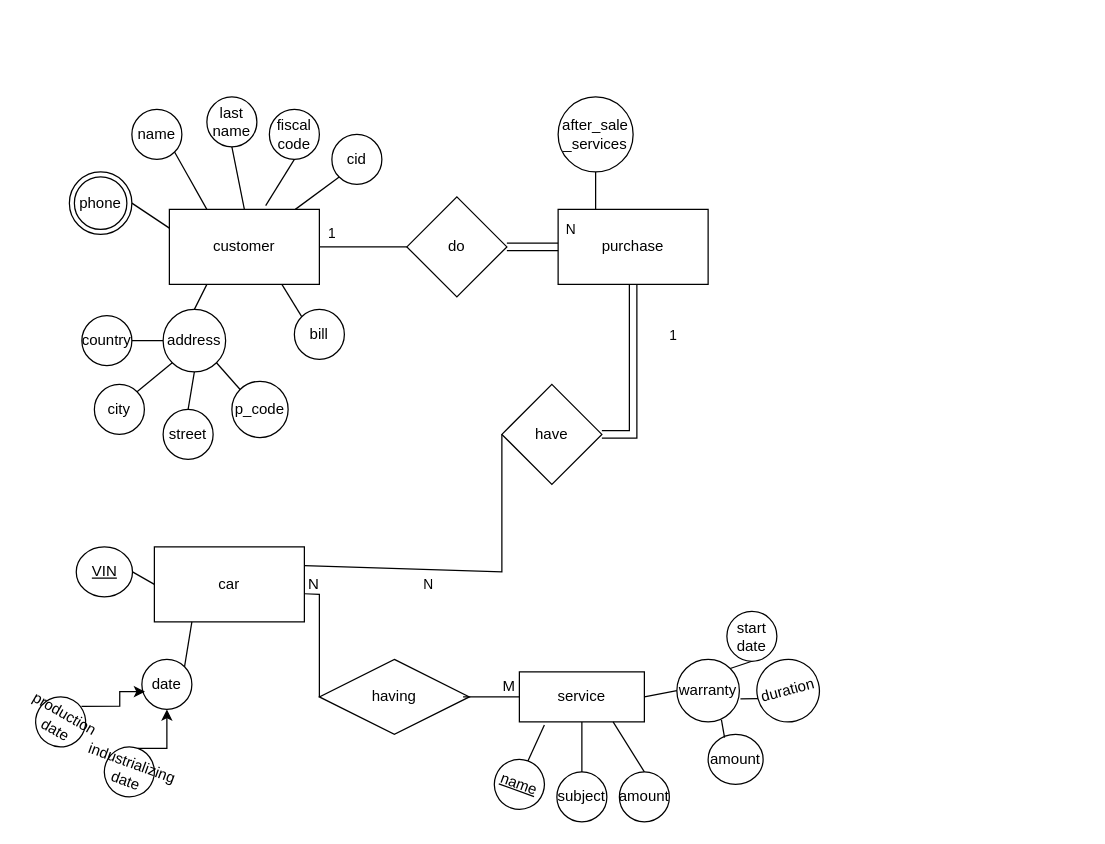
Earlier version of the draw.io diagram car_manufactoring_conceptual.drawio (mohsenshahii/database). Source tidied: cells renumbered, new cells numbered last; positions are measured from the earlier drawing's top-left corner, leaving out a move shared by most shapes. Both pictures are drawn from the tidied source at 125%, with x=0, y=0 at pixel (35, 96).
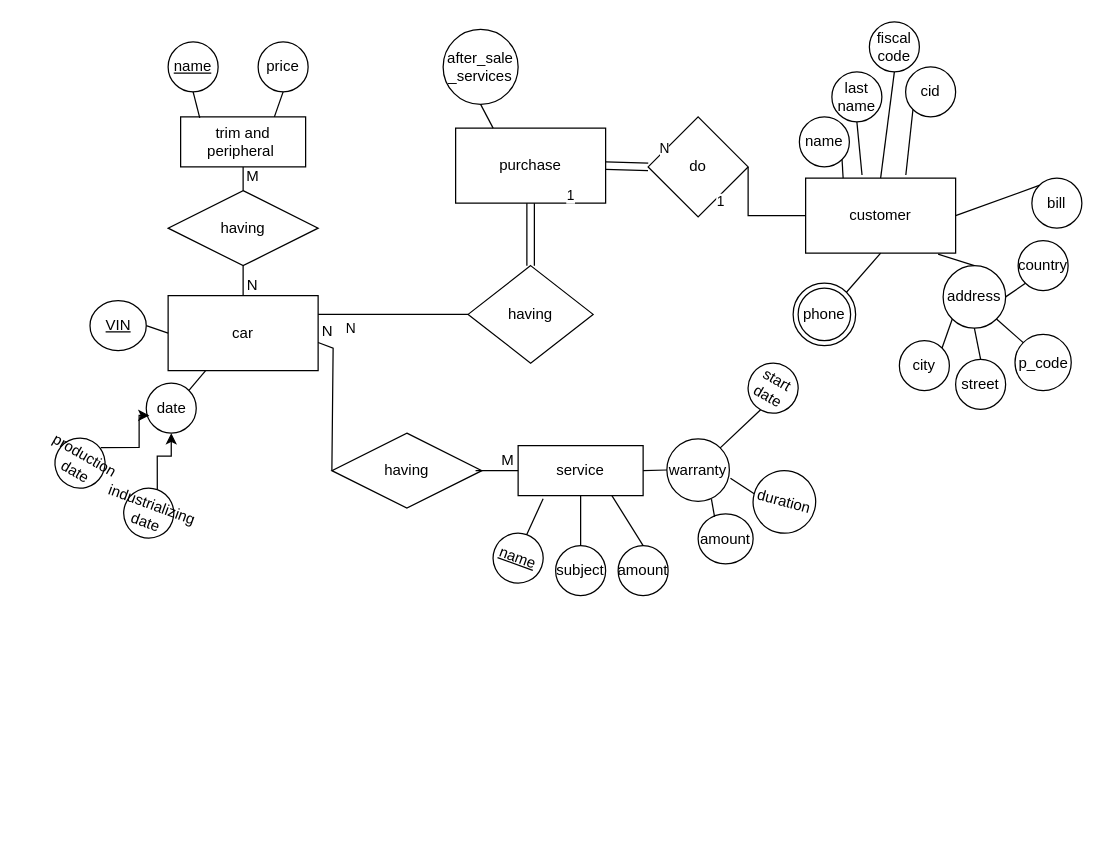
The same diagram, later.

Diff of the diagram source:
```diff
@@
     <mxCell id="2" value="customer" style="rounded=0.5;whiteSpace=wrap;html=1;" parent="1" vertex="1">
-      <mxGeometry x="107" y="90" width="120" height="60" as="geometry" />
+      <mxGeometry x="616" y="65" width="120" height="60" as="geometry" />
     </mxCell>
     <mxCell id="3" value="name" style="ellipse;whiteSpace=wrap;html=1;" parent="1" vertex="1">
-      <mxGeometry x="77" y="10" width="40" height="40" as="geometry" />
+      <mxGeometry x="611" y="16" width="40" height="40" as="geometry" />
     </mxCell>
     <mxCell id="4" value="last name" style="ellipse;whiteSpace=wrap;html=1;" parent="1" vertex="1">
-      <mxGeometry x="137" width="40" height="40" as="geometry" />
+      <mxGeometry x="637" y="-20" width="40" height="40" as="geometry" />
     </mxCell>
     <mxCell id="5" value="fiscal code" style="ellipse;whiteSpace=wrap;html=1;" parent="1" vertex="1">
-      <mxGeometry x="187" y="10" width="40" height="40" as="geometry" />
+      <mxGeometry x="667" y="-60" width="40" height="40" as="geometry" />
     </mxCell>
     <mxCell id="6" value="cid" style="ellipse;whiteSpace=wrap;html=1;" parent="1" vertex="1">
-      <mxGeometry x="237" y="30" width="40" height="40" as="geometry" />
+      <mxGeometry x="696" y="-24" width="40" height="40" as="geometry" />
     </mxCell>
     <mxCell id="7" value="phone" style="ellipse;shape=doubleEllipse;whiteSpace=wrap;html=1;" parent="1" vertex="1">
-      <mxGeometry x="27" y="60" width="50" height="50" as="geometry" />
+      <mxGeometry x="606" y="149" width="50" height="50" as="geometry" />
     </mxCell>
     <mxCell id="8" value="address" style="ellipse;whiteSpace=wrap;html=1;" parent="1" vertex="1">
-      <mxGeometry x="102" y="170" width="50" height="50" as="geometry" />
+      <mxGeometry x="726" y="135" width="50" height="50" as="geometry" />
     </mxCell>
     <mxCell id="9" value="city" style="ellipse;whiteSpace=wrap;html=1;" parent="1" vertex="1">
-      <mxGeometry x="47" y="230" width="40" height="40" as="geometry" />
+      <mxGeometry x="691" y="195" width="40" height="40" as="geometry" />
     </mxCell>
     <mxCell id="10" value="street" style="ellipse;whiteSpace=wrap;html=1;" parent="1" vertex="1">
-      <mxGeometry x="102" y="250" width="40" height="40" as="geometry" />
+      <mxGeometry x="736" y="210" width="40" height="40" as="geometry" />
     </mxCell>
     <mxCell id="11" value="country" style="ellipse;whiteSpace=wrap;html=1;" parent="1" vertex="1">
-      <mxGeometry x="37" y="175" width="40" height="40" as="geometry" />
+      <mxGeometry x="786" y="115" width="40" height="40" as="geometry" />
     </mxCell>
     <mxCell id="12" value="p_code" style="ellipse;whiteSpace=wrap;html=1;" parent="1" vertex="1">
-      <mxGeometry x="157" y="227.5" width="45" height="45" as="geometry" />
+      <mxGeometry x="783.5" y="190" width="45" height="45" as="geometry" />
     </mxCell>
     <mxCell id="13" value="bill" style="ellipse;whiteSpace=wrap;html=1;" parent="1" vertex="1">
-      <mxGeometry x="207" y="170" width="40" height="40" as="geometry" />
+      <mxGeometry x="797" y="65" width="40" height="40" as="geometry" />
     </mxCell>
-    <mxCell id="14" style="endArrow=none;html=1;rounded=0;entryX=0;entryY=1;entryDx=0;entryDy=0;" parent="1" edge="1" source="2" target="6">
+    <mxCell id="14" style="endArrow=none;html=1;rounded=0;entryX=0;entryY=1;entryDx=0;entryDy=0;exitX=0.668;exitY=-0.042;exitDx=0;exitDy=0;exitPerimeter=0;" parent="1" edge="1" source="2" target="6">
       <mxGeometry relative="1" as="geometry" />
     </mxCell>
-    <mxCell id="15" style="endArrow=none;html=1;rounded=0;entryX=0.5;entryY=1;entryDx=0;entryDy=0;exitX=0.642;exitY=-0.05;exitDx=0;exitDy=0;exitPerimeter=0;" parent="1" edge="1" source="2" target="5">
+    <mxCell id="15" style="endArrow=none;html=1;rounded=0;entryX=0.5;entryY=1;entryDx=0;entryDy=0;exitX=0.5;exitY=0;exitDx=0;exitDy=0;" parent="1" edge="1" source="2" target="5">
       <mxGeometry relative="1" as="geometry" />
     </mxCell>
-    <mxCell id="16" style="endArrow=none;html=1;rounded=0;entryX=0.5;entryY=1;entryDx=0;entryDy=0;exitX=0.5;exitY=0;exitDx=0;exitDy=0;" parent="1" edge="1" source="2" target="4">
+    <mxCell id="16" style="endArrow=none;html=1;rounded=0;entryX=0.5;entryY=1;entryDx=0;entryDy=0;exitX=0.376;exitY=-0.042;exitDx=0;exitDy=0;exitPerimeter=0;" parent="1" edge="1" source="2" target="4">
       <mxGeometry relative="1" as="geometry" />
     </mxCell>
@@
-    <mxCell id="18" style="endArrow=none;html=1;rounded=0;entryX=1;entryY=0.5;entryDx=0;entryDy=0;exitX=0;exitY=0.25;exitDx=0;exitDy=0;" parent="1" edge="1" source="2" target="7">
+    <mxCell id="18" style="endArrow=none;html=1;rounded=0;entryX=1;entryY=0;entryDx=0;entryDy=0;exitX=0.5;exitY=1;exitDx=0;exitDy=0;" parent="1" edge="1" source="2" target="7">
       <mxGeometry relative="1" as="geometry" />
     </mxCell>
-    <mxCell id="19" style="endArrow=none;html=1;rounded=0;entryX=0.75;entryY=1;entryDx=0;entryDy=0;exitX=0;exitY=0;exitDx=0;exitDy=0;" parent="1" edge="1" source="13" target="2">
+    <mxCell id="19" style="endArrow=none;html=1;rounded=0;entryX=1;entryY=0.5;entryDx=0;entryDy=0;exitX=0;exitY=0;exitDx=0;exitDy=0;" parent="1" edge="1" source="13" target="2">
       <mxGeometry relative="1" as="geometry" />
     </mxCell>
-    <mxCell id="20" style="endArrow=none;html=1;rounded=0;entryX=0.25;entryY=1;entryDx=0;entryDy=0;exitX=0.5;exitY=0;exitDx=0;exitDy=0;" parent="1" edge="1" source="8" target="2">
+    <mxCell id="20" style="endArrow=none;html=1;rounded=0;entryX=0.883;entryY=1.014;entryDx=0;entryDy=0;exitX=0.5;exitY=0;exitDx=0;exitDy=0;entryPerimeter=0;" parent="1" edge="1" source="8" target="2">
       <mxGeometry relative="1" as="geometry" />
     </mxCell>
@@
-    <mxCell id="24" style="endArrow=none;html=1;rounded=0;entryX=0;entryY=0.5;entryDx=0;entryDy=0;exitX=1;exitY=0.5;exitDx=0;exitDy=0;" parent="1" edge="1" source="11" target="8">
+    <mxCell id="24" style="endArrow=none;html=1;rounded=0;exitX=0;exitY=1;exitDx=0;exitDy=0;entryX=1;entryY=0.5;entryDx=0;entryDy=0;" parent="1" edge="1" source="11" target="8">
       <mxGeometry relative="1" as="geometry" />
     </mxCell>
     <mxCell id="25" value="purchase" style="rounded=0;whiteSpace=wrap;html=1;" parent="1" vertex="1">
-      <mxGeometry x="418" y="90" width="120" height="60" as="geometry" />
+      <mxGeometry x="336" y="25" width="120" height="60" as="geometry" />
     </mxCell>
     <mxCell id="26" value="do" style="rhombus;whiteSpace=wrap;html=1;" parent="1" vertex="1">
-      <mxGeometry x="297" y="80" width="80" height="80" as="geometry" />
+      <mxGeometry x="490" y="16" width="80" height="80" as="geometry" />
     </mxCell>
     <mxCell id="27" value="after_sale&lt;br&gt;_services" style="ellipse;whiteSpace=wrap;html=1;" parent="1" vertex="1">
-      <mxGeometry x="418" width="60" height="60" as="geometry" />
+      <mxGeometry x="326" y="-54" width="60" height="60" as="geometry" />
     </mxCell>
@@
-    <mxCell id="29" style="endArrow=classic;html=1;rounded=0;shape=link;width=6;entryX=0;entryY=0.5;entryDx=0;entryDy=0;exitX=1;exitY=0.5;exitDx=0;exitDy=0;" parent="1" edge="1" source="26" target="25">
+    <mxCell id="29" style="endArrow=classic;html=1;rounded=0;shape=link;width=6;entryX=1;entryY=0.5;entryDx=0;entryDy=0;exitX=0;exitY=0.5;exitDx=0;exitDy=0;" parent="1" edge="1" source="26" target="25">
       <mxGeometry relative="1" as="geometry" />
     </mxCell>
@@
-    <mxCell id="31" style="endArrow=0;html=1;rounded=0;exitX=1;exitY=0.5;exitDx=0;exitDy=0;entryX=0;entryY=0.5;entryDx=0;entryDy=0;" parent="1" edge="1" source="2" target="26">
-      <mxGeometry relative="1" as="geometry" />
+    <mxCell id="31" style="endArrow=0;html=1;rounded=0;exitX=0;exitY=0.5;exitDx=0;exitDy=0;entryX=1;entryY=0.5;entryDx=0;entryDy=0;" parent="1" edge="1" source="2" target="26">
+      <mxGeometry relative="1" as="geometry">
+        <Array as="points">
+          <mxPoint x="570" y="95" />
+        </Array>
+      </mxGeometry>
     </mxCell>
@@
     <mxCell id="33" value="car" style="rounded=0;whiteSpace=wrap;html=1;" parent="1" vertex="1">
-      <mxGeometry x="95" y="360" width="120" height="60" as="geometry" />
+      <mxGeometry x="106" y="159" width="120" height="60" as="geometry" />
     </mxCell>
-    <mxCell id="34" value="have" style="rhombus;whiteSpace=wrap;html=1;rotation=0;" parent="1" vertex="1">
-      <mxGeometry x="373" y="230" width="80" height="80" as="geometry" />
+    <mxCell id="34" value="having" style="rhombus;whiteSpace=wrap;html=1;rotation=0;" parent="1" vertex="1">
+      <mxGeometry x="346" y="135" width="100" height="78" as="geometry" />
     </mxCell>
-    <mxCell id="35" style="endArrow=classic;html=1;rounded=0;shape=link;width=6;entryX=0.5;entryY=1;entryDx=0;entryDy=0;exitX=1;exitY=0.5;exitDx=0;exitDy=0;" parent="1" edge="1" source="34" target="25">
-      <mxGeometry relative="1" as="geometry">
-        <Array as="points">
-          <mxPoint x="478" y="270" />
-        </Array>
-      </mxGeometry>
+    <mxCell id="35" style="endArrow=classic;html=1;rounded=0;shape=link;width=6;entryX=0.5;entryY=1;entryDx=0;entryDy=0;" parent="1" edge="1" source="34" target="25">
+      <mxGeometry relative="1" as="geometry" />
     </mxCell>
@@
     <mxCell id="37" style="endArrow=0;html=1;rounded=0;exitX=1;exitY=0.25;exitDx=0;exitDy=0;entryX=0;entryY=0.5;entryDx=0;entryDy=0;" parent="1" edge="1" source="33" target="34">
-      <mxGeometry relative="1" as="geometry">
-        <Array as="points">
-          <mxPoint x="373" y="380" />
-        </Array>
-      </mxGeometry>
+      <mxGeometry relative="1" as="geometry" />
     </mxCell>
@@
     <mxCell id="40" value="date" style="ellipse;whiteSpace=wrap;html=1;" parent="1" vertex="1">
-      <mxGeometry x="85" y="450" width="40" height="40" as="geometry" />
+      <mxGeometry x="88.5" y="229" width="40" height="40" as="geometry" />
     </mxCell>
@@
     <mxCell id="43" value="production date" style="ellipse;whiteSpace=wrap;html=1;direction=south;rotation=30;" parent="1" vertex="1">
-      <mxGeometry y="480" width="40" height="40" as="geometry" />
+      <mxGeometry x="15.5" y="273" width="40" height="40" as="geometry" />
     </mxCell>
@@
     <mxCell id="45" value="industrializing date" style="ellipse;whiteSpace=wrap;html=1;rotation=20;" parent="1" vertex="1">
-      <mxGeometry x="55" y="520" width="40" height="40" as="geometry" />
+      <mxGeometry x="70.5" y="313" width="40" height="40" as="geometry" />
     </mxCell>
     <mxCell id="46" value="service" style="whiteSpace=wrap;html=1;align=center;" parent="1" vertex="1">
-      <mxGeometry x="387" y="460" width="100" height="40" as="geometry" />
+      <mxGeometry x="386" y="279" width="100" height="40" as="geometry" />
     </mxCell>
     <mxCell id="47" value="VIN" style="ellipse;whiteSpace=wrap;html=1;align=center;fontStyle=4;" parent="1" vertex="1">
-      <mxGeometry x="32.5" y="360" width="45" height="40" as="geometry" />
+      <mxGeometry x="43.5" y="163" width="45" height="40" as="geometry" />
     </mxCell>
     <mxCell id="48" value="having" style="shape=rhombus;perimeter=rhombusPerimeter;whiteSpace=wrap;html=1;align=center;rotation=0;" parent="1" vertex="1">
-      <mxGeometry x="227" y="450" width="120" height="60" as="geometry" />
+      <mxGeometry x="237" y="269" width="120" height="60" as="geometry" />
     </mxCell>
     <mxCell id="49" style="endArrow=none;html=1;rounded=0;entryX=1;entryY=0.625;entryDx=0;entryDy=0;entryPerimeter=0;exitX=0;exitY=0.5;exitDx=0;exitDy=0;" parent="1" edge="1" source="48" target="33">
       <mxGeometry relative="1" as="geometry">
         <Array as="points">
-          <mxPoint x="227" y="398" />
+          <mxPoint x="238" y="201" />
         </Array>
       </mxGeometry>
     </mxCell>
@@
     <mxCell id="53" value="name" style="ellipse;whiteSpace=wrap;html=1;align=center;fontStyle=4;rotation=20;" parent="1" vertex="1">
-      <mxGeometry x="367" y="530" width="40" height="40" as="geometry" />
+      <mxGeometry x="366" y="349" width="40" height="40" as="geometry" />
     </mxCell>
@@
     <mxCell id="55" value="subject" style="ellipse;whiteSpace=wrap;html=1;align=center;" parent="1" vertex="1">
-      <mxGeometry x="417" y="540" width="40" height="40" as="geometry" />
+      <mxGeometry x="416" y="359" width="40" height="40" as="geometry" />
     </mxCell>
@@
     <mxCell id="57" value="amount" style="ellipse;whiteSpace=wrap;html=1;align=center;" parent="1" vertex="1">
-      <mxGeometry x="467" y="540" width="40" height="40" as="geometry" />
+      <mxGeometry x="466" y="359" width="40" height="40" as="geometry" />
     </mxCell>
@@
     <mxCell id="59" value="warranty" style="ellipse;whiteSpace=wrap;html=1;align=center;" parent="1" vertex="1">
-      <mxGeometry x="513" y="450" width="50" height="50" as="geometry" />
+      <mxGeometry x="505" y="273.5" width="50" height="50" as="geometry" />
     </mxCell>
@@
-    <mxCell id="62" value="start&lt;br&gt;date" style="ellipse;whiteSpace=wrap;html=1;align=center;" parent="1" vertex="1">
-      <mxGeometry x="553" y="411.5" width="40" height="40" as="geometry" />
+    <mxCell id="62" value="start&lt;br&gt;date" style="ellipse;whiteSpace=wrap;html=1;align=center;rotation=30;" parent="1" vertex="1">
+      <mxGeometry x="570" y="213" width="40" height="40" as="geometry" />
     </mxCell>
-    <mxCell id="63" value="duration" style="ellipse;whiteSpace=wrap;html=1;align=center;rotation=-15;" parent="1" vertex="1">
-      <mxGeometry x="577" y="450" width="50" height="50" as="geometry" />
+    <mxCell id="63" value="duration" style="ellipse;whiteSpace=wrap;html=1;align=center;rotation=15;" parent="1" vertex="1">
+      <mxGeometry x="574" y="299" width="50" height="50" as="geometry" />
     </mxCell>
@@
     <mxCell id="65" value="amount" style="ellipse;whiteSpace=wrap;html=1;align=center;" parent="1" vertex="1">
-      <mxGeometry x="538" y="510" width="44" height="40" as="geometry" />
+      <mxGeometry x="530" y="333.5" width="44" height="40" as="geometry" />
     </mxCell>
@@
+    <mxCell id="67" value="having" style="shape=rhombus;perimeter=rhombusPerimeter;whiteSpace=wrap;html=1;align=center;" parent="1" vertex="1">
+      <mxGeometry x="106" y="75" width="120" height="60" as="geometry" />
+    </mxCell>
+    <mxCell id="68" value="trim and peripheral&amp;nbsp;" style="whiteSpace=wrap;html=1;align=center;" parent="1" vertex="1">
+      <mxGeometry x="116" y="16" width="100" height="40" as="geometry" />
+    </mxCell>
+    <mxCell id="69" value="name" style="ellipse;whiteSpace=wrap;html=1;align=center;fontStyle=4;" parent="1" vertex="1">
+      <mxGeometry x="106" y="-44" width="40" height="40" as="geometry" />
+    </mxCell>
+    <mxCell id="70" style="endArrow=none;html=1;rounded=0;exitX=0.153;exitY=0.021;exitDx=0;exitDy=0;exitPerimeter=0;entryX=0.5;entryY=1;entryDx=0;entryDy=0;" parent="1" edge="1" source="68" target="69">
+      <mxGeometry relative="1" as="geometry" />
+    </mxCell>
+    <mxCell id="71" value="price" style="ellipse;whiteSpace=wrap;html=1;align=center;" parent="1" vertex="1">
+      <mxGeometry x="178" y="-44" width="40" height="40" as="geometry" />
+    </mxCell>
+    <mxCell id="72" style="endArrow=none;html=1;rounded=0;entryX=0.5;entryY=1;entryDx=0;entryDy=0;exitX=0.75;exitY=0;exitDx=0;exitDy=0;" parent="1" edge="1" source="68" target="71">
+      <mxGeometry relative="1" as="geometry" />
+    </mxCell>
+    <mxCell id="73" style="endArrow=none;html=1;rounded=0;entryX=0.5;entryY=0;entryDx=0;entryDy=0;exitX=0.5;exitY=1;exitDx=0;exitDy=0;" parent="1" edge="1" source="67" target="33">
+      <mxGeometry relative="1" as="geometry" />
+    </mxCell>
+    <mxCell id="74" value="N" style="html=1;align=right;verticalAlign=bottom;" parent="73" vertex="1">
+      <mxGeometry x="1" relative="1" as="geometry">
+        <mxPoint x="12" as="offset" />
+      </mxGeometry>
+    </mxCell>
+    <mxCell id="75" style="endArrow=none;html=1;rounded=0;entryX=0.5;entryY=1;entryDx=0;entryDy=0;exitX=0.5;exitY=0;exitDx=0;exitDy=0;" parent="1" edge="1" source="67" target="68">
+      <mxGeometry relative="1" as="geometry" />
+    </mxCell>
+    <mxCell id="76" value="M" style="html=1;align=right;verticalAlign=bottom;" parent="75" vertex="1">
+      <mxGeometry x="1" relative="1" as="geometry">
+        <mxPoint x="13" y="16" as="offset" />
+      </mxGeometry>
+    </mxCell>
```
